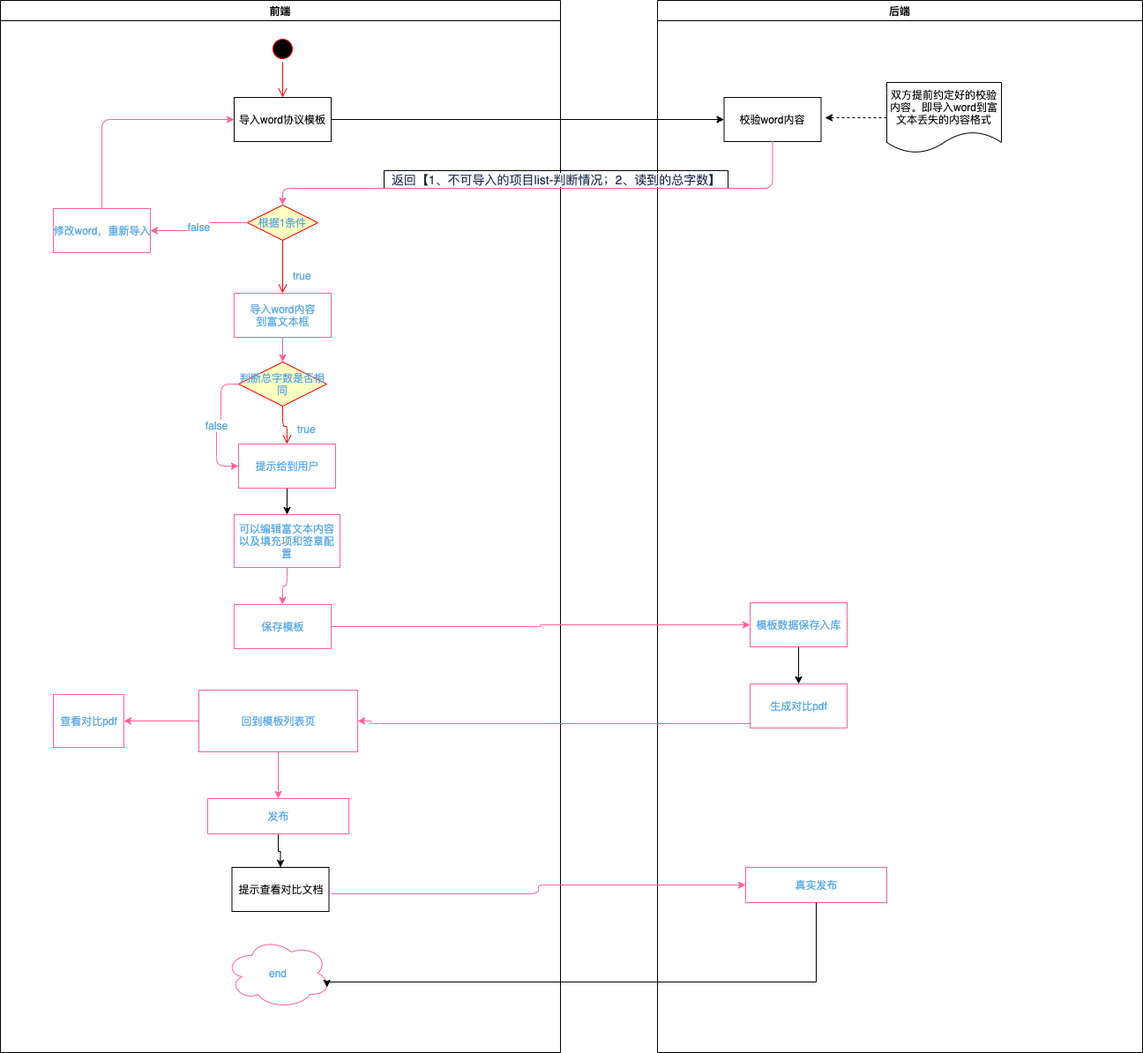
Above: 协议系统-协议模板导入.png in guoZD/draw (draw.io), before the change. Source tidied: cells renumbered, new cells last; positions are measured from the earlier drawing's top-left corner, leaving out a move shared by most shapes.
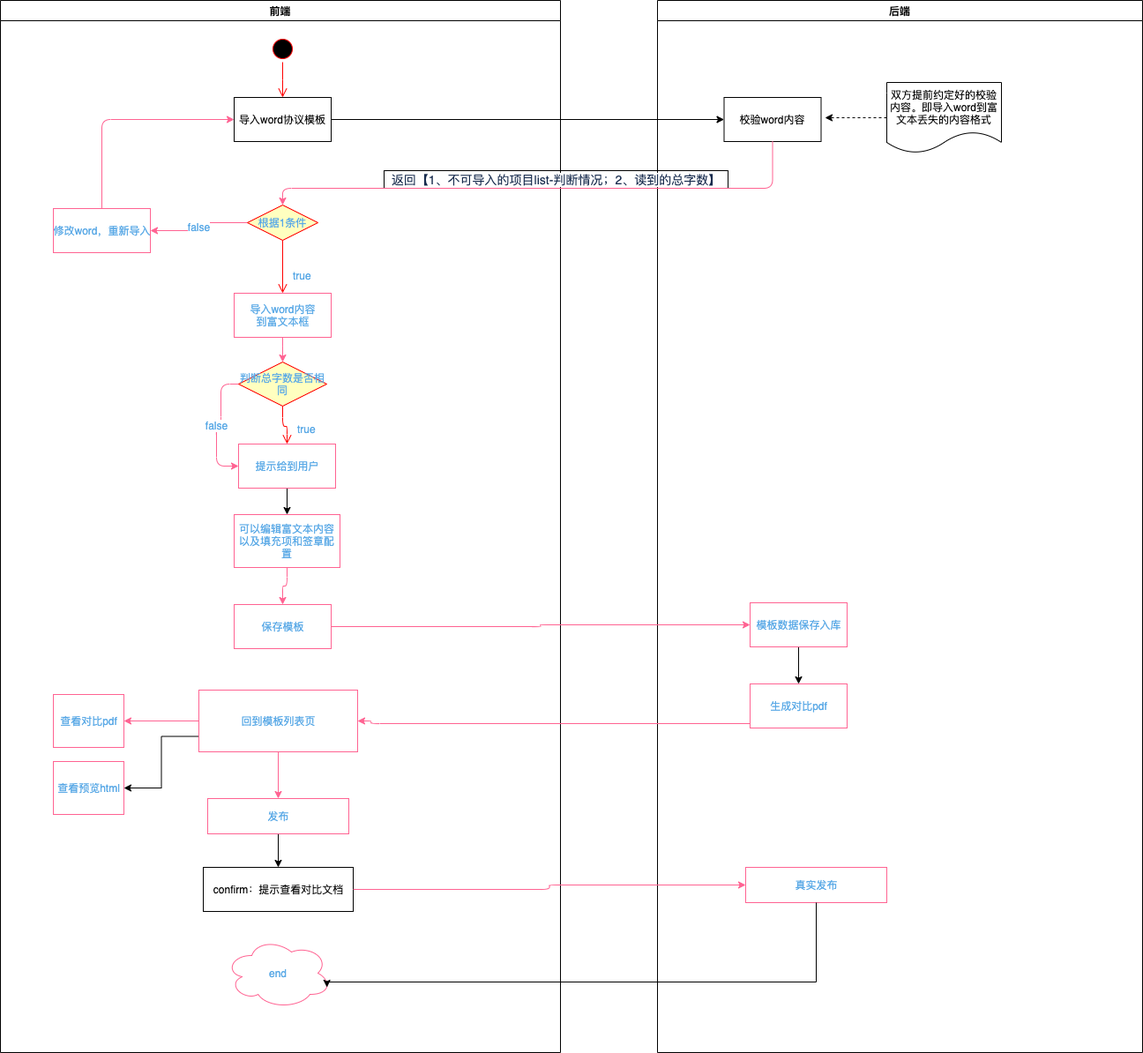
Above is the later version.

Commit message:
Update 协议系统-协议模板导入.png

The edit, as a diff of the source:
```diff
@@ -82,6 +82,9 @@
     <mxCell id="22" style="edgeStyle=orthogonalEdgeStyle;curved=0;rounded=1;sketch=0;jettySize=auto;html=1;fontColor=#5AA9E6;strokeColor=#FF6392;fillColor=#FFE45E;" parent="2" edge="1" source="23" target="26">
       <mxGeometry relative="1" as="geometry" />
     </mxCell>
+    <mxCell id="44" style="edgeStyle=orthogonalEdgeStyle;rounded=0;jettySize=auto;html=1;exitX=0;exitY=0.75;exitDx=0;exitDy=0;entryX=1;entryY=0.5;entryDx=0;entryDy=0;" parent="2" edge="1" source="23" target="45">
+      <mxGeometry relative="1" as="geometry" />
+    </mxCell>
     <mxCell id="23" value="回到模板列表页" style="html=1;rounded=0;sketch=0;fontColor=#5AA9E6;strokeColor=#FF6392;fillColor=none;" parent="2" vertex="1">
       <mxGeometry x="225" y="782" width="180" height="70" as="geometry" />
     </mxCell>
@@ -97,9 +100,12 @@
     <mxCell id="27" value="end" style="ellipse;shape=cloud;whiteSpace=wrap;html=1;rounded=0;fontColor=#5AA9E6;strokeColor=#FF6392;fillColor=none;sketch=0;" parent="2" vertex="1">
       <mxGeometry x="255" y="1063" width="120" height="80" as="geometry" />
     </mxCell>
-    <mxCell id="28" value="提示查看对比文档" style="html=1;" parent="2" vertex="1">
-      <mxGeometry x="262.5" y="983" width="110" height="50" as="geometry" />
+    <mxCell id="28" value="confirm：提示查看对比文档" style="html=1;" parent="2" vertex="1">
+      <mxGeometry x="230" y="983" width="170" height="50" as="geometry" />
     </mxCell>
+    <mxCell id="45" value="查看预览html" style="html=1;rounded=0;sketch=0;fontColor=#5AA9E6;strokeColor=#FF6392;fillColor=none;" parent="2" vertex="1">
+      <mxGeometry x="60" y="863" width="80" height="60" as="geometry" />
+    </mxCell>
     <mxCell id="29" value="后端" style="swimlane;whiteSpace=wrap;" parent="1" vertex="1">
       <mxGeometry x="745" width="550" height="1193" as="geometry" />
     </mxCell>
@@ -152,10 +158,8 @@
         </Array>
       </mxGeometry>
     </mxCell>
-    <mxCell id="42" style="edgeStyle=orthogonalEdgeStyle;curved=0;rounded=1;sketch=0;jettySize=auto;html=1;fontColor=#5AA9E6;strokeColor=#FF6392;fillColor=#FFE45E;" parent="1" edge="1" target="34">
-      <mxGeometry relative="1" as="geometry">
-        <mxPoint x="375" y="1013" as="sourcePoint" />
-      </mxGeometry>
+    <mxCell id="42" style="edgeStyle=orthogonalEdgeStyle;curved=0;rounded=1;sketch=0;jettySize=auto;html=1;fontColor=#5AA9E6;strokeColor=#FF6392;fillColor=#FFE45E;exitX=1;exitY=0.5;exitDx=0;exitDy=0;" parent="1" edge="1" source="28" target="34">
+      <mxGeometry relative="1" as="geometry" />
     </mxCell>
     <mxCell id="43" style="edgeStyle=orthogonalEdgeStyle;rounded=0;jettySize=auto;html=1;entryX=0.96;entryY=0.7;entryDx=0;entryDy=0;entryPerimeter=0;" parent="1" edge="1" source="34" target="27">
       <mxGeometry relative="1" as="geometry">
```
